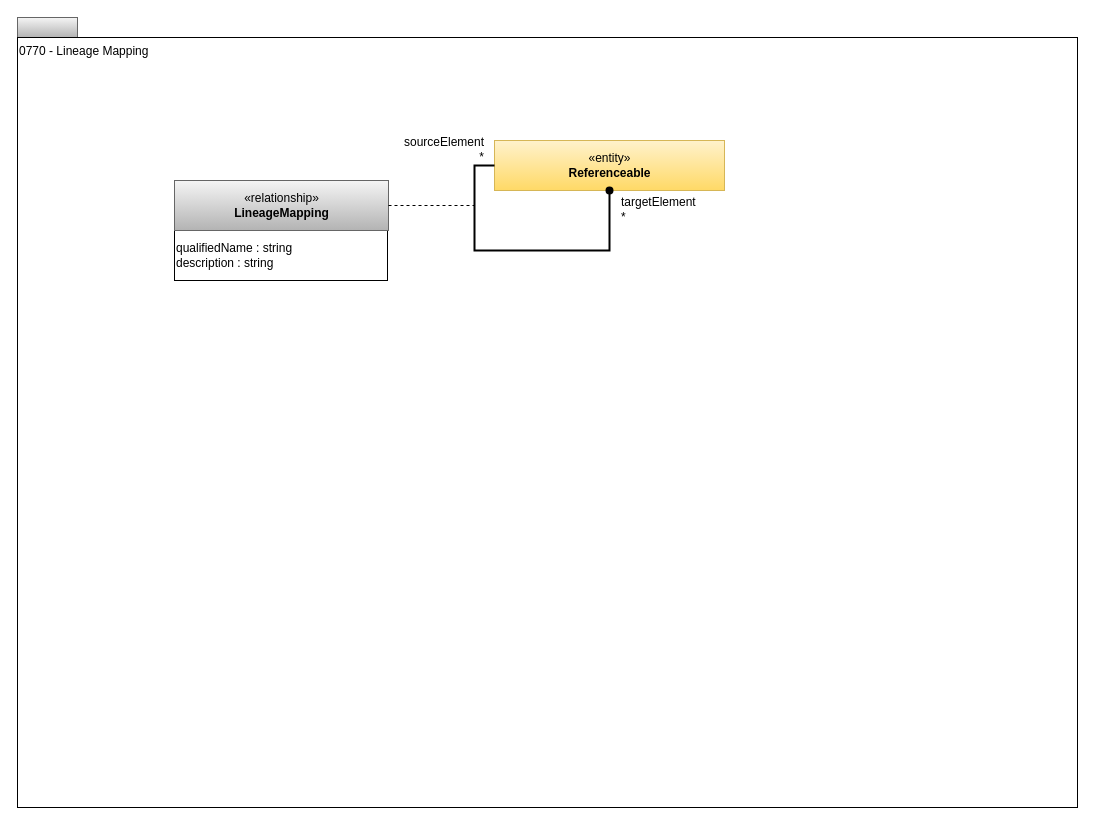
The draw.io diagram page "0770-Lineage-Mapping" (15 of 17) of site/docs/types/7/area-7-lineage.drawio in odpi/egeria-docs, before the edit. Source tidied: cells renumbered, new cells numbered last; positions are measured from the earlier drawing's top-left corner, leaving out a move shared by most shapes. Both pictures are drawn from the tidied source at 100%, with x=0, y=0 at pixel (17, 17).
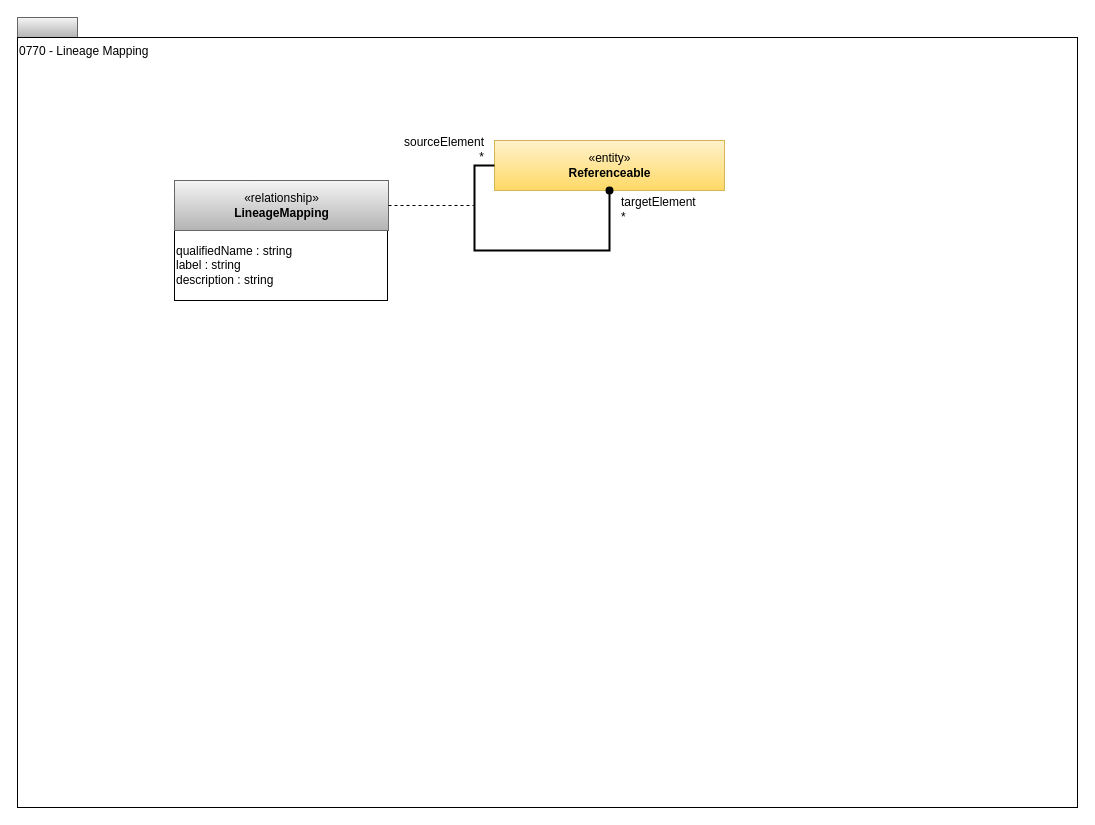
The same diagram, later.

Change to the diagram source:
```diff
@@
 <mxGraphModel>
   <root>
     <mxCell id="0" />
     <mxCell id="1" parent="0" />
     <mxCell id="2" style="rounded=0;whiteSpace=wrap;html=1;align=left;fillColor=#f5f5f5;strokeColor=#666666;gradientColor=#b3b3b3;" parent="1" vertex="1">
       <mxGeometry width="60" height="20" as="geometry" />
     </mxCell>
     <mxCell id="3" value="0770 - Lineage Mapping" style="rounded=0;whiteSpace=wrap;html=1;align=left;verticalAlign=top;" parent="1" vertex="1">
       <mxGeometry y="20" width="1060" height="770" as="geometry" />
     </mxCell>
     <mxCell id="4" value="«entity»&lt;br&gt;&lt;b&gt;Referenceable&lt;/b&gt;" style="html=1;strokeColor=#d6b656;align=center;fillColor=#fff2cc;gradientColor=#ffd966;" parent="1" vertex="1">
       <mxGeometry x="477" y="123" width="230" height="50" as="geometry" />
     </mxCell>
-    <mxCell id="5" value="&lt;div style=&quot;text-align: left&quot;&gt;qualifiedName : string&lt;br&gt;description : string&lt;br&gt;&lt;/div&gt;" style="rounded=0;whiteSpace=wrap;html=1;strokeColor=#000000;gradientColor=#ffffff;align=left;" parent="1" vertex="1">
-      <mxGeometry x="157" y="213" width="213" height="50" as="geometry" />
+    <mxCell id="5" value="&lt;div style=&quot;text-align: left&quot;&gt;qualifiedName : string&lt;/div&gt;&lt;div style=&quot;text-align: left&quot;&gt;label : string&lt;br&gt;description : string&lt;br&gt;&lt;/div&gt;" style="rounded=0;whiteSpace=wrap;html=1;strokeColor=#000000;gradientColor=#ffffff;align=left;" parent="1" vertex="1">
+      <mxGeometry x="157" y="213" width="213" height="70" as="geometry" />
     </mxCell>
     <mxCell id="6" value="«relationship»&lt;br&gt;&lt;b&gt;LineageMapping&lt;/b&gt;" style="html=1;strokeColor=#666666;align=center;fillColor=#f5f5f5;gradientColor=#b3b3b3;" parent="1" vertex="1">
       <mxGeometry x="157" y="163" width="214" height="50" as="geometry" />
     </mxCell>
     <mxCell id="7" style="endArrow=none;dashed=1;html=1;exitX=1;exitY=0.5;exitDx=0;exitDy=0;" parent="1" edge="1" source="6">
       <mxGeometry relative="1" as="geometry">
         <mxPoint x="457" y="188" as="targetPoint" />
       </mxGeometry>
     </mxCell>
     <mxCell id="8" style="edgeStyle=orthogonalEdgeStyle;rounded=0;orthogonalLoop=1;jettySize=auto;html=1;exitX=0;exitY=0.5;exitDx=0;exitDy=0;endArrow=oval;endFill=1;strokeWidth=2;" parent="1" edge="1" source="4" target="4">
       <mxGeometry relative="1" as="geometry">
         <Array as="points">
           <mxPoint x="457" y="148" />
           <mxPoint x="457" y="233" />
           <mxPoint x="592" y="233" />
         </Array>
       </mxGeometry>
     </mxCell>
     <mxCell id="9" value="targetElement&lt;br style=&quot;font-size: 12px;&quot;&gt;*" style="html=1;align=left;verticalAlign=bottom;labelBackgroundColor=#ffffff;fontSize=12;" parent="1" vertex="1">
       <mxGeometry x="592" y="173" as="geometry">
         <mxPoint x="10" y="35" as="offset" />
       </mxGeometry>
     </mxCell>
     <mxCell id="10" value="sourceElement&lt;br style=&quot;font-size: 12px;&quot;&gt;*" style="html=1;align=right;verticalAlign=bottom;labelBackgroundColor=#ffffff;fontSize=12;" parent="1" vertex="1">
       <mxGeometry x="477" y="148" as="geometry">
         <mxPoint x="-10" as="offset" />
       </mxGeometry>
     </mxCell>
   </root>
 </mxGraphModel>
```
